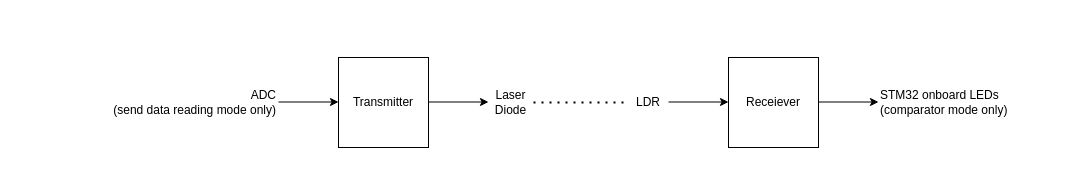
Above: page "Requirement System Flow" (4 of 4) of LOT_Diagrams.drawio in tristynferreiro/LoT-system (draw.io), before the change. Source tidied: cells renumbered, new cells numbered last; positions are measured from the earlier drawing's top-left corner, leaving out a move shared by most shapes. Both pictures are drawn from the tidied source at 100%, with x=0, y=0 at pixel (97, 17).
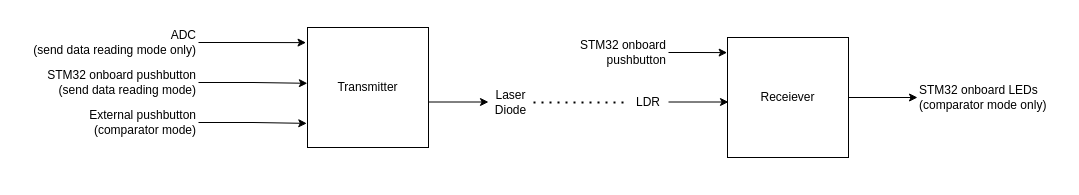
After the change.

What changed in the source:
```diff
@@
     <mxCell id="2" value="Transmitter" style="rounded=0;whiteSpace=wrap;html=1;" parent="1" vertex="1">
-      <mxGeometry x="241" y="40" width="90" height="90" as="geometry" />
+      <mxGeometry x="210" y="10" width="121" height="120" as="geometry" />
     </mxCell>
-    <mxCell id="3" style="endArrow=classic;html=1;rounded=0;" parent="1" edge="1">
-      <mxGeometry relative="1" as="geometry">
-        <mxPoint x="181" y="84.5" as="sourcePoint" />
-        <mxPoint x="241" y="84.5" as="targetPoint" />
-      </mxGeometry>
-    </mxCell>
@@
+    <mxCell id="15" style="edgeStyle=orthogonalEdgeStyle;rounded=0;jettySize=auto;html=1;entryX=-0.012;entryY=0.126;entryDx=0;entryDy=0;entryPerimeter=0;" parent="1" edge="1" source="5" target="2">
+      <mxGeometry relative="1" as="geometry" />
+    </mxCell>
     <mxCell id="5" value="ADC&lt;br&gt;(send data reading mode only)" style="text;html=1;strokeColor=none;fillColor=none;align=right;verticalAlign=middle;whiteSpace=wrap;rounded=0;" parent="1" vertex="1">
-      <mxGeometry y="70" width="181" height="30" as="geometry" />
+      <mxGeometry x="-80" y="10" width="181" height="30" as="geometry" />
     </mxCell>
@@
+    <mxCell id="16" style="edgeStyle=orthogonalEdgeStyle;rounded=0;jettySize=auto;html=1;entryX=0;entryY=0.5;entryDx=0;entryDy=0;" parent="1" edge="1" source="7" target="10">
+      <mxGeometry relative="1" as="geometry" />
+    </mxCell>
     <mxCell id="7" value="Receiever" style="rounded=0;whiteSpace=wrap;html=1;" parent="1" vertex="1">
-      <mxGeometry x="631" y="40" width="90" height="90" as="geometry" />
+      <mxGeometry x="630" y="20" width="121" height="120" as="geometry" />
     </mxCell>
@@
-    <mxCell id="9" style="endArrow=classic;html=1;rounded=0;" parent="1" edge="1">
-      <mxGeometry relative="1" as="geometry">
-        <mxPoint x="721" y="84.5" as="sourcePoint" />
-        <mxPoint x="781" y="84.5" as="targetPoint" />
-      </mxGeometry>
-    </mxCell>
     <mxCell id="10" value="STM32 onboard LEDs (comparator mode only)" style="text;html=1;strokeColor=none;fillColor=none;align=left;verticalAlign=middle;whiteSpace=wrap;rounded=0;" parent="1" vertex="1">
-      <mxGeometry x="781" y="70" width="145" height="30" as="geometry" />
+      <mxGeometry x="820" y="65" width="145" height="30" as="geometry" />
     </mxCell>
@@
+    <mxCell id="17" style="edgeStyle=orthogonalEdgeStyle;rounded=0;jettySize=auto;html=1;entryX=-0.001;entryY=0.465;entryDx=0;entryDy=0;entryPerimeter=0;" parent="1" edge="1" source="18" target="2">
+      <mxGeometry relative="1" as="geometry" />
+    </mxCell>
+    <mxCell id="18" value="STM32 onboard pushbutton&lt;br&gt;(send data reading mode)" style="text;html=1;strokeColor=none;fillColor=none;align=right;verticalAlign=middle;whiteSpace=wrap;rounded=0;" parent="1" vertex="1">
+      <mxGeometry x="-80" y="50" width="181" height="30" as="geometry" />
+    </mxCell>
+    <mxCell id="19" style="edgeStyle=orthogonalEdgeStyle;rounded=0;jettySize=auto;html=1;entryX=-0.006;entryY=0.799;entryDx=0;entryDy=0;entryPerimeter=0;" parent="1" edge="1" source="20" target="2">
+      <mxGeometry relative="1" as="geometry" />
+    </mxCell>
+    <mxCell id="20" value="External pushbutton&lt;br&gt;(comparator mode)" style="text;html=1;strokeColor=none;fillColor=none;align=right;verticalAlign=middle;whiteSpace=wrap;rounded=0;" parent="1" vertex="1">
+      <mxGeometry x="-80" y="90" width="181" height="30" as="geometry" />
+    </mxCell>
+    <mxCell id="21" style="edgeStyle=orthogonalEdgeStyle;rounded=0;jettySize=auto;html=1;entryX=-0.003;entryY=0.126;entryDx=0;entryDy=0;entryPerimeter=0;" parent="1" edge="1" source="22" target="7">
+      <mxGeometry relative="1" as="geometry" />
+    </mxCell>
+    <mxCell id="22" value="STM32 onboard pushbutton" style="text;html=1;strokeColor=none;fillColor=none;align=right;verticalAlign=middle;whiteSpace=wrap;rounded=0;" parent="1" vertex="1">
+      <mxGeometry x="480" y="20" width="91" height="30" as="geometry" />
+    </mxCell>
```
